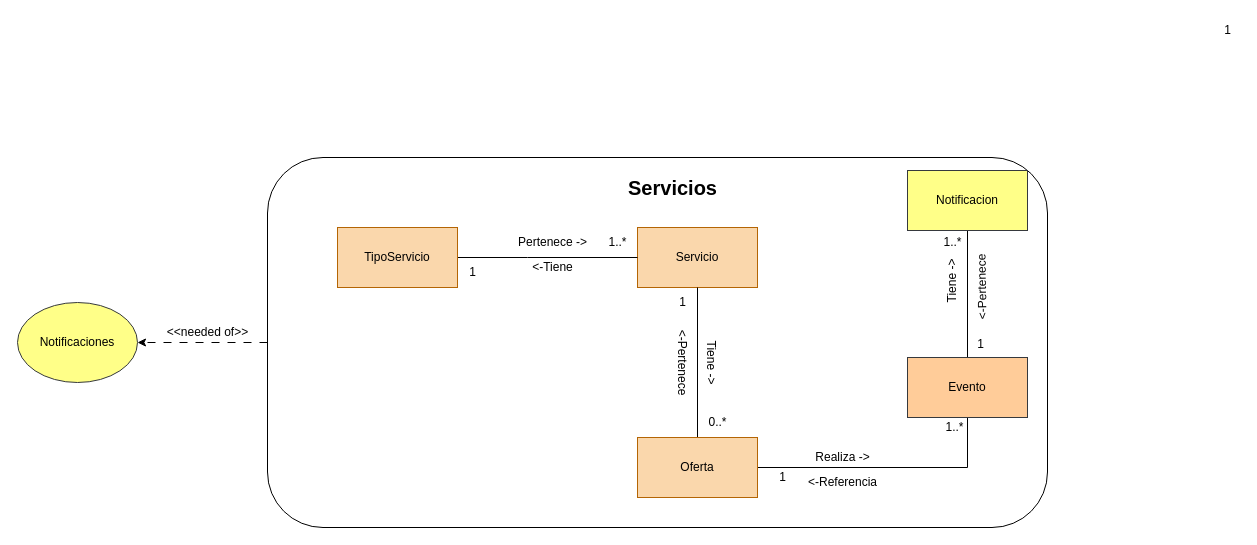
This is page "4.5 Servicios-ModeloDominioAcotado" (8 of 16) of SpaOnline/ModeloDominioSpa.drawio from cristianospina/DOO, a draw.io file, before an edit. Source tidied: cells renumbered, new cells numbered last; positions are measured from the earlier drawing's top-left corner, leaving out a move shared by most shapes. Both pictures are drawn from the tidied source at 100%, with x=0, y=0 at pixel (17, 17).
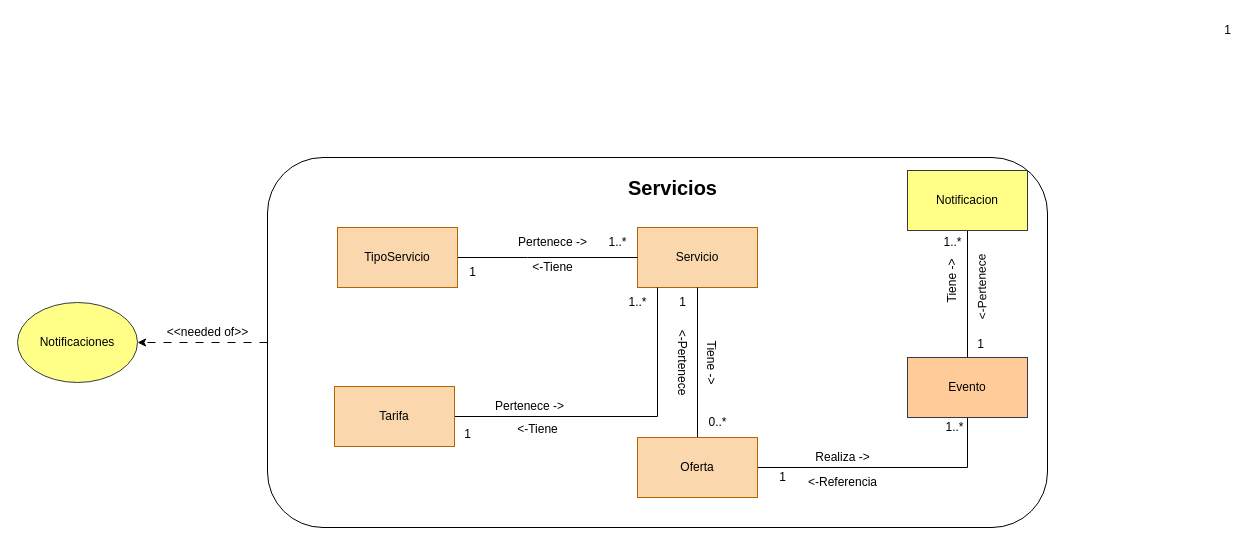
The same page after the edit.

Unchanged cells that the change refers to:
```xml
<mxCell id="5" value="Servicio" style="rounded=0;whiteSpace=wrap;html=1;fillColor=#fad7ac;strokeColor=#b46504;" parent="1" vertex="1">
  <mxGeometry x="620" y="210" width="120" height="60" as="geometry" />
</mxCell>
```

Diff of the diagram source:
```diff
@@
+    <mxCell id="33" style="edgeStyle=orthogonalEdgeStyle;rounded=0;jettySize=auto;html=1;endArrow=none;endFill=0;" parent="1" edge="1" source="34" target="5">
+      <mxGeometry relative="1" as="geometry">
+        <Array as="points">
+          <mxPoint x="640" y="399" />
+        </Array>
+      </mxGeometry>
+    </mxCell>
+    <mxCell id="34" value="Tarifa" style="rounded=0;whiteSpace=wrap;html=1;fillColor=#fad7ac;strokeColor=#b46504;" parent="1" vertex="1">
+      <mxGeometry x="317" y="369" width="120" height="60" as="geometry" />
+    </mxCell>
+    <mxCell id="35" value="&amp;lt;-Tiene" style="text;html=1;align=center;verticalAlign=middle;fillColor=none;" parent="1" vertex="1">
+      <mxGeometry x="490" y="397" width="60" height="30" as="geometry" />
+    </mxCell>
+    <mxCell id="36" value="Pertenece -&amp;gt;" style="text;html=1;align=center;verticalAlign=middle;fillColor=none;" parent="1" vertex="1">
+      <mxGeometry x="467" y="374" width="90" height="30" as="geometry" />
+    </mxCell>
+    <mxCell id="37" value="1" style="text;html=1;align=center;verticalAlign=middle;fillColor=none;" parent="1" vertex="1">
+      <mxGeometry x="435" y="402" width="30" height="30" as="geometry" />
+    </mxCell>
+    <mxCell id="38" value="1..*" style="text;html=1;align=center;verticalAlign=middle;fillColor=none;" parent="1" vertex="1">
+      <mxGeometry x="600" y="270" width="40" height="30" as="geometry" />
+    </mxCell>
```
